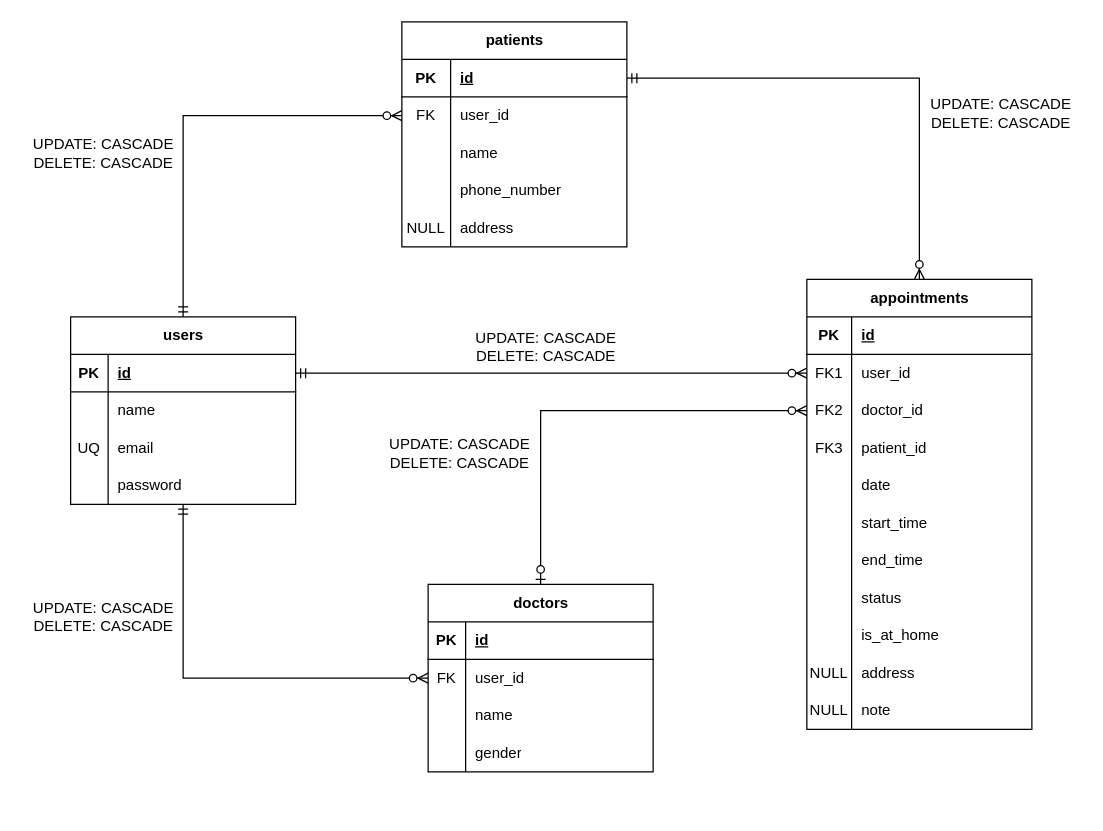
hdz-kevin/podi-appts keeps this draw.io diagram as docs/database/logical-design.drawio. Above is the earlier version. Source tidied: cells renumbered, new cells numbered last; positions are measured from the earlier drawing's top-left corner, leaving out a move shared by most shapes. Both pictures are drawn from the tidied source at 125%, with x=0, y=0 at pixel (21, 21).
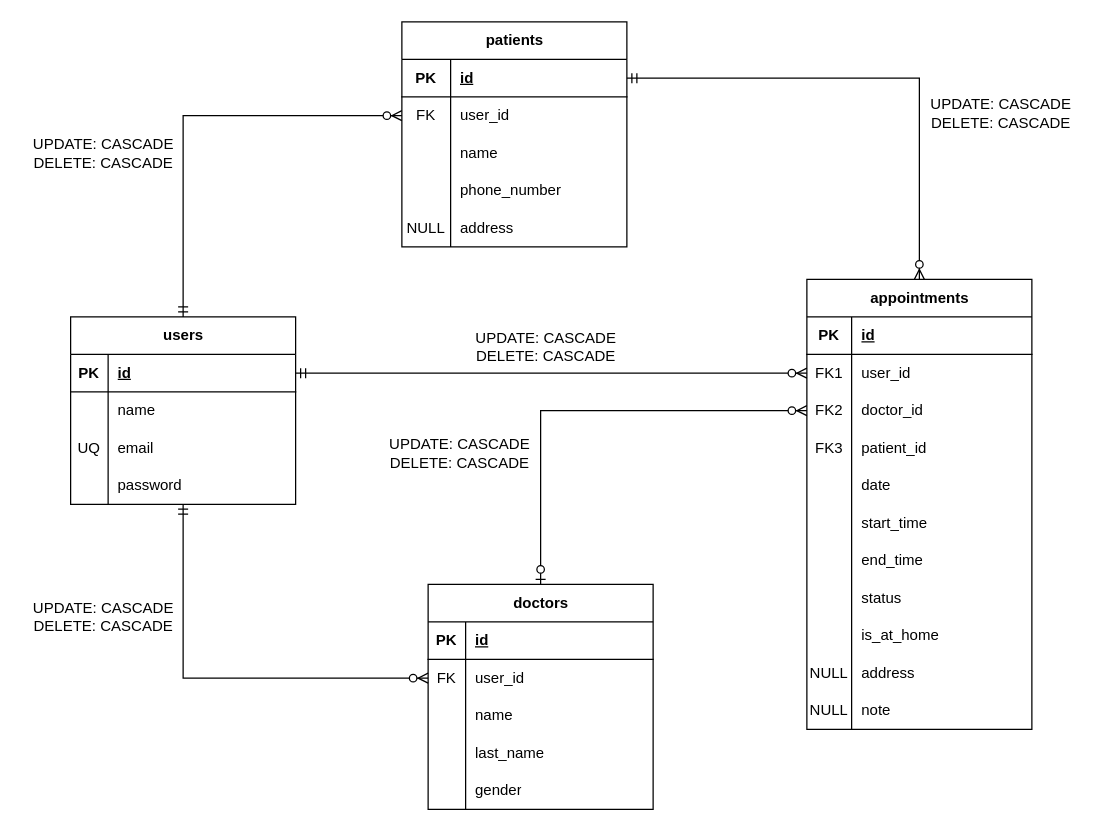
Above is the later version.

Commit message (it also covers changes not shown here):
add last_name field to doctors

The edit, as a diff of the source:
```diff
@@
     <mxCell id="15" value="doctors" style="shape=table;startSize=30;childLayout=tableLayout;rowLines=0;fontStyle=1;align=center;html=1;" parent="1" vertex="1">
-      <mxGeometry x="325" y="450" width="180" height="150" as="geometry" />
+      <mxGeometry x="325" y="450" width="180" height="180" as="geometry" />
     </mxCell>
@@
+    <mxCell id="88" style="shape=tableRow;horizontal=0;startSize=0;swimlaneHead=0;swimlaneBody=0;fillColor=none;top=0;left=0;right=0;bottom=0;" parent="15" vertex="1">
+      <mxGeometry y="120" width="180" height="30" as="geometry" />
+    </mxCell>
+    <mxCell id="89" style="shape=partialRectangle;fillColor=none;top=0;left=0;bottom=0;right=0;overflow=hidden;whiteSpace=wrap;html=1;" parent="88" vertex="1">
+      <mxGeometry width="30" height="30" as="geometry" />
+    </mxCell>
+    <mxCell id="90" value="last_name" style="shape=partialRectangle;fillColor=none;top=0;left=0;bottom=0;right=0;align=left;spacingLeft=6;overflow=hidden;whiteSpace=wrap;html=1;" parent="88" vertex="1">
+      <mxGeometry x="30" width="150" height="30" as="geometry" />
+    </mxCell>
     <mxCell id="25" style="shape=tableRow;horizontal=0;startSize=0;swimlaneHead=0;swimlaneBody=0;fillColor=none;top=0;left=0;right=0;bottom=0;" parent="15" vertex="1">
-      <mxGeometry y="120" width="180" height="30" as="geometry" />
+      <mxGeometry y="150" width="180" height="30" as="geometry" />
     </mxCell>
```
